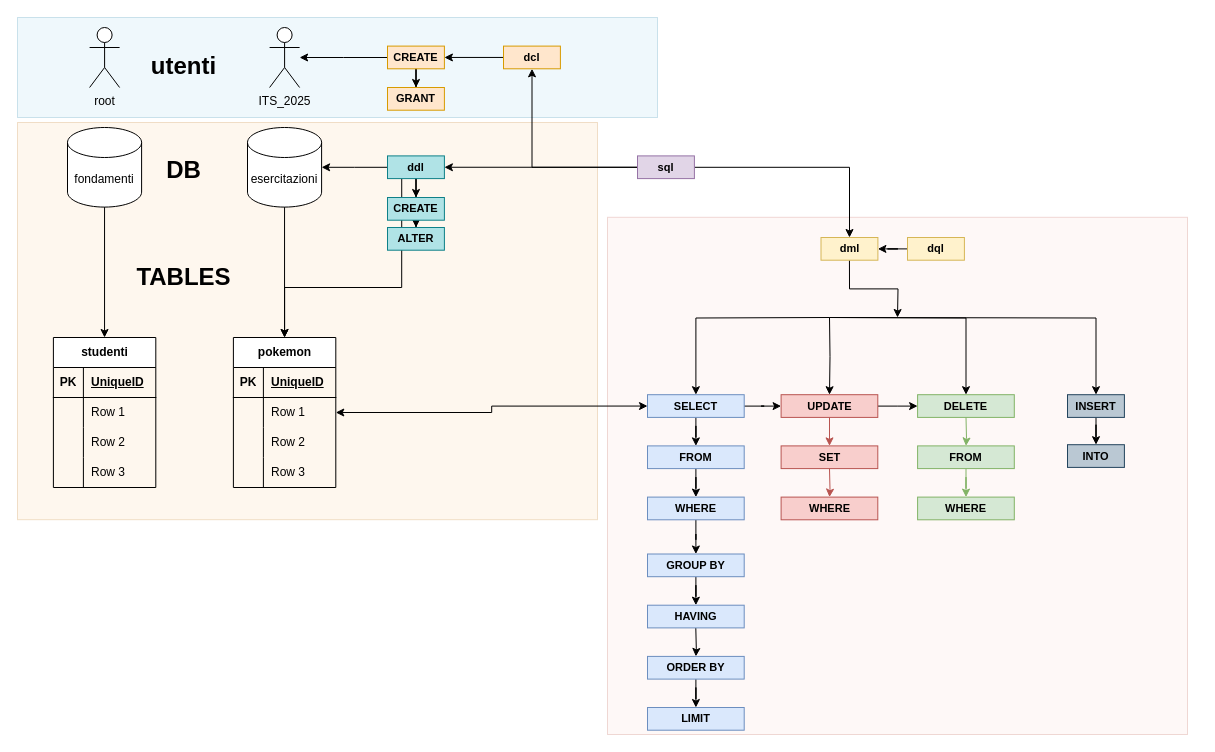
This is page "Pagina-1" (1 of 3) of codice/its2025_dai.drawio from maboglia/ITS2025_DAI, a draw.io file, before an edit. Source tidied: cells renumbered, new cells numbered last; positions are measured from the earlier drawing's top-left corner, leaving out a move shared by most shapes. Both pictures are drawn from the tidied source at 100%, with x=0, y=0 at pixel (17, 17).
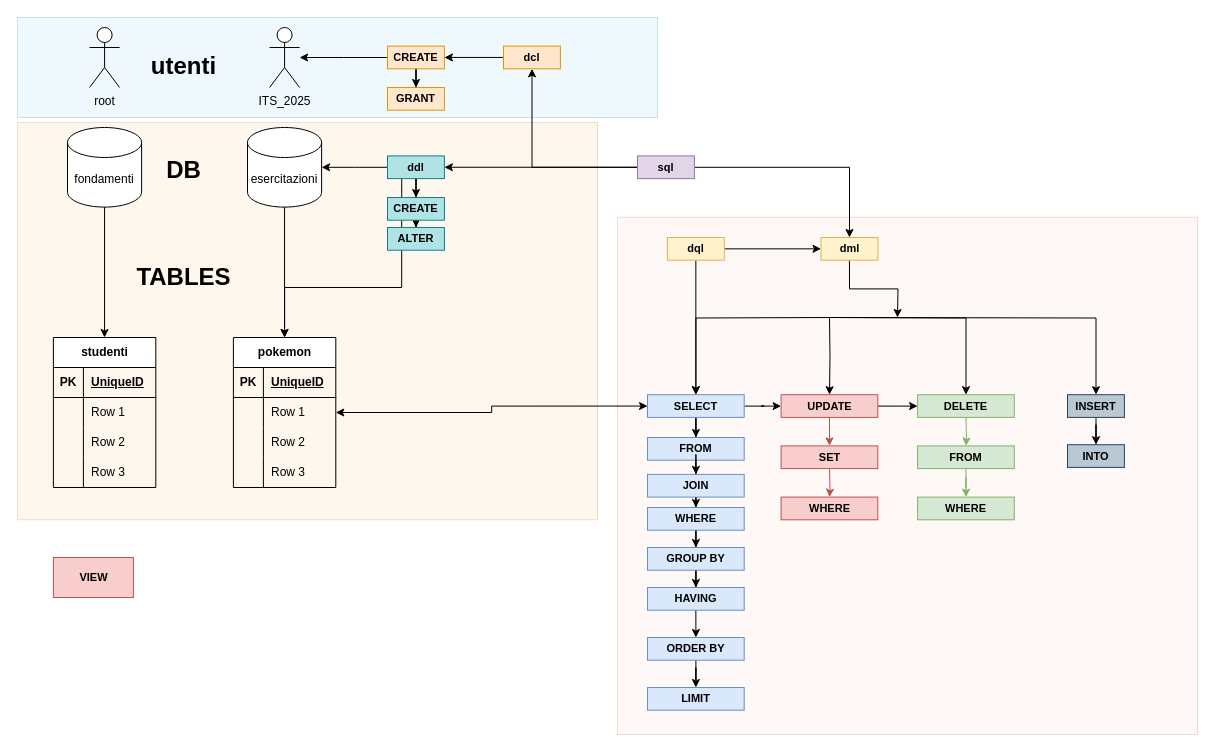
The same diagram, later.

Unchanged cells that the change refers to:
```xml
<mxCell id="31" value="SELECT" style="text;strokeColor=#6c8ebf;fillColor=#dae8fc;html=1;fontSize=11;fontStyle=1;verticalAlign=middle;align=center;" parent="1" vertex="1">
  <mxGeometry x="630" y="377.2" width="96.7" height="22.7" as="geometry" />
</mxCell>
```

The edit, as a diff of the source:
```diff
@@
     <mxCell id="2" style="rounded=0;whiteSpace=wrap;html=1;fillColor=#fad9d5;strokeColor=#ae4132;opacity=20;" parent="1" vertex="1">
-      <mxGeometry x="590" y="199.8" width="580" height="517.2" as="geometry" />
+      <mxGeometry x="600" y="199.8" width="580" height="517.2" as="geometry" />
     </mxCell>
@@
-    <mxCell id="32" style="edgeStyle=orthogonalEdgeStyle;rounded=0;jettySize=auto;html=1;fontSize=11;" parent="1" edge="1" source="33" target="36">
+    <mxCell id="32" style="edgeStyle=orthogonalEdgeStyle;rounded=0;jettySize=auto;html=1;fontSize=11;" parent="1" edge="1" source="96" target="36">
       <mxGeometry relative="1" as="geometry" />
     </mxCell>
     <mxCell id="33" value="FROM" style="text;strokeColor=#6c8ebf;fillColor=#dae8fc;html=1;fontSize=11;fontStyle=1;verticalAlign=middle;align=center;" parent="1" vertex="1">
-      <mxGeometry x="630" y="428.4" width="96.7" height="22.7" as="geometry" />
+      <mxGeometry x="630" y="420" width="96.7" height="22.7" as="geometry" />
     </mxCell>
-    <mxCell id="34" style="edgeStyle=orthogonalEdgeStyle;rounded=0;jettySize=auto;html=1;fontSize=11;" parent="1" edge="1" target="38">
-      <mxGeometry relative="1" as="geometry">
-        <mxPoint x="678.3" y="610.4" as="sourcePoint" />
-      </mxGeometry>
+    <mxCell id="34" style="edgeStyle=orthogonalEdgeStyle;rounded=0;jettySize=auto;html=1;fontSize=11;exitX=0.5;exitY=1;exitDx=0;exitDy=0;" parent="1" edge="1" source="53" target="38">
+      <mxGeometry relative="1" as="geometry" />
     </mxCell>
@@
     <mxCell id="36" value="WHERE" style="text;strokeColor=#6c8ebf;fillColor=#dae8fc;html=1;fontSize=11;fontStyle=1;verticalAlign=middle;align=center;" parent="1" vertex="1">
-      <mxGeometry x="630" y="479.6" width="96.7" height="22.7" as="geometry" />
+      <mxGeometry x="630" y="490" width="96.7" height="22.7" as="geometry" />
     </mxCell>
@@
     <mxCell id="38" value="ORDER BY" style="text;strokeColor=#6c8ebf;fillColor=#dae8fc;html=1;fontSize=11;fontStyle=1;verticalAlign=middle;align=center;" parent="1" vertex="1">
-      <mxGeometry x="630" y="638.9" width="96.7" height="22.7" as="geometry" />
+      <mxGeometry x="630" y="620" width="96.7" height="22.7" as="geometry" />
     </mxCell>
     <mxCell id="39" value="LIMIT" style="text;strokeColor=#6c8ebf;fillColor=#dae8fc;html=1;fontSize=11;fontStyle=1;verticalAlign=middle;align=center;" parent="1" vertex="1">
-      <mxGeometry x="630" y="690" width="96.7" height="22.7" as="geometry" />
+      <mxGeometry x="630" y="670" width="96.7" height="22.7" as="geometry" />
     </mxCell>
@@
     <mxCell id="52" value="GROUP BY" style="text;strokeColor=#6c8ebf;fillColor=#dae8fc;html=1;fontSize=11;fontStyle=1;verticalAlign=middle;align=center;" parent="1" vertex="1">
-      <mxGeometry x="630" y="536.5" width="96.7" height="22.7" as="geometry" />
+      <mxGeometry x="630" y="530" width="96.7" height="22.7" as="geometry" />
     </mxCell>
     <mxCell id="53" value="HAVING" style="text;strokeColor=#6c8ebf;fillColor=#dae8fc;html=1;fontSize=11;fontStyle=1;verticalAlign=middle;align=center;" parent="1" vertex="1">
-      <mxGeometry x="630" y="587.7" width="96.7" height="22.7" as="geometry" />
+      <mxGeometry x="630" y="570" width="96.7" height="22.7" as="geometry" />
     </mxCell>
@@
+    <mxCell id="94" style="edgeStyle=orthogonalEdgeStyle;rounded=0;jettySize=auto;html=1;exitX=0.5;exitY=1;exitDx=0;exitDy=0;entryX=0.5;entryY=0;entryDx=0;entryDy=0;" parent="1" edge="1" source="93" target="31">
+      <mxGeometry relative="1" as="geometry" />
+    </mxCell>
     <mxCell id="93" value="dql" style="text;strokeColor=#d6b656;fillColor=#fff2cc;html=1;fontSize=11;fontStyle=1;verticalAlign=middle;align=center;" parent="1" vertex="1">
-      <mxGeometry x="890" y="220" width="56.9" height="22.7" as="geometry" />
+      <mxGeometry x="649.9" y="220" width="56.9" height="22.7" as="geometry" />
     </mxCell>
+    <mxCell id="95" style="edgeStyle=orthogonalEdgeStyle;rounded=0;jettySize=auto;html=1;fontSize=11;" parent="1" edge="1" source="33" target="96">
+      <mxGeometry relative="1" as="geometry" />
+    </mxCell>
+    <mxCell id="96" value="JOIN" style="text;strokeColor=#6c8ebf;fillColor=#dae8fc;html=1;fontSize=11;fontStyle=1;verticalAlign=middle;align=center;" parent="1" vertex="1">
+      <mxGeometry x="630" y="456.9" width="96.7" height="22.7" as="geometry" />
+    </mxCell>
+    <mxCell id="97" value="VIEW" style="text;strokeColor=#b85450;fillColor=#f8cecc;html=1;fontSize=11;fontStyle=1;verticalAlign=middle;align=center;" parent="1" vertex="1">
+      <mxGeometry x="35.9" y="540" width="80" height="40" as="geometry" />
+    </mxCell>
```
